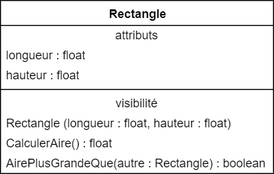
The draw.io diagram guide-uml/images/dcc-rect-attributs-methodes.png in Cours-Alexandre-Ouellet/cours-alexandre-ouellet.github.io, before a commit. Source tidied: cells renumbered, new cells last; positions are measured from the earlier drawing's top-left corner, leaving out a move shared by most shapes.
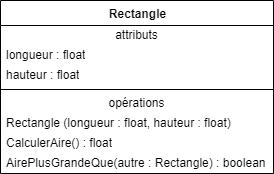
After the commit.

Change to the diagram source:
```diff
@@ -17,7 +17,7 @@
     <mxCell id="6" style="line;strokeWidth=1;fillColor=none;align=left;verticalAlign=middle;spacingTop=-1;spacingLeft=3;spacingRight=3;labelPosition=right;" parent="2" vertex="1">
       <mxGeometry y="85" width="273" height="8" as="geometry" />
     </mxCell>
-    <mxCell id="7" value="visibilité" style="text;html=1;strokeColor=none;fillColor=none;align=center;verticalAlign=middle;spacingLeft=4;spacingRight=4;overflow=hidden;" parent="2" vertex="1">
+    <mxCell id="7" value="opérations" style="text;html=1;strokeColor=none;fillColor=none;align=center;verticalAlign=middle;spacingLeft=4;spacingRight=4;overflow=hidden;" parent="2" vertex="1">
       <mxGeometry y="93" width="273" height="20" as="geometry" />
     </mxCell>
     <mxCell id="8" value="Rectangle (longueur : float, hauteur : float)" style="text;html=1;strokeColor=none;fillColor=none;align=left;verticalAlign=middle;spacingLeft=4;spacingRight=4;overflow=hidden;" parent="2" vertex="1">
```
